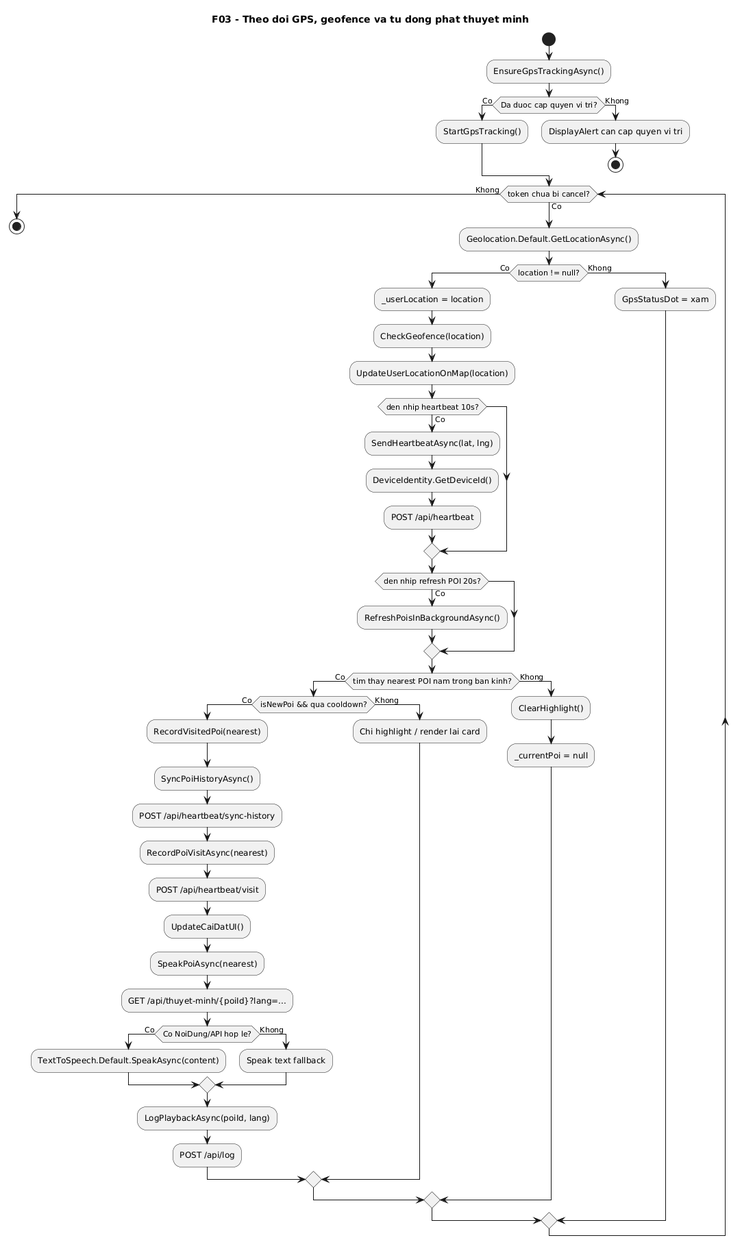
This is docs/diagrams/png/03-geofence-audio-activity.png from VoBao182/PhoAmThuc, a PlantUML export, as it was before one commit.
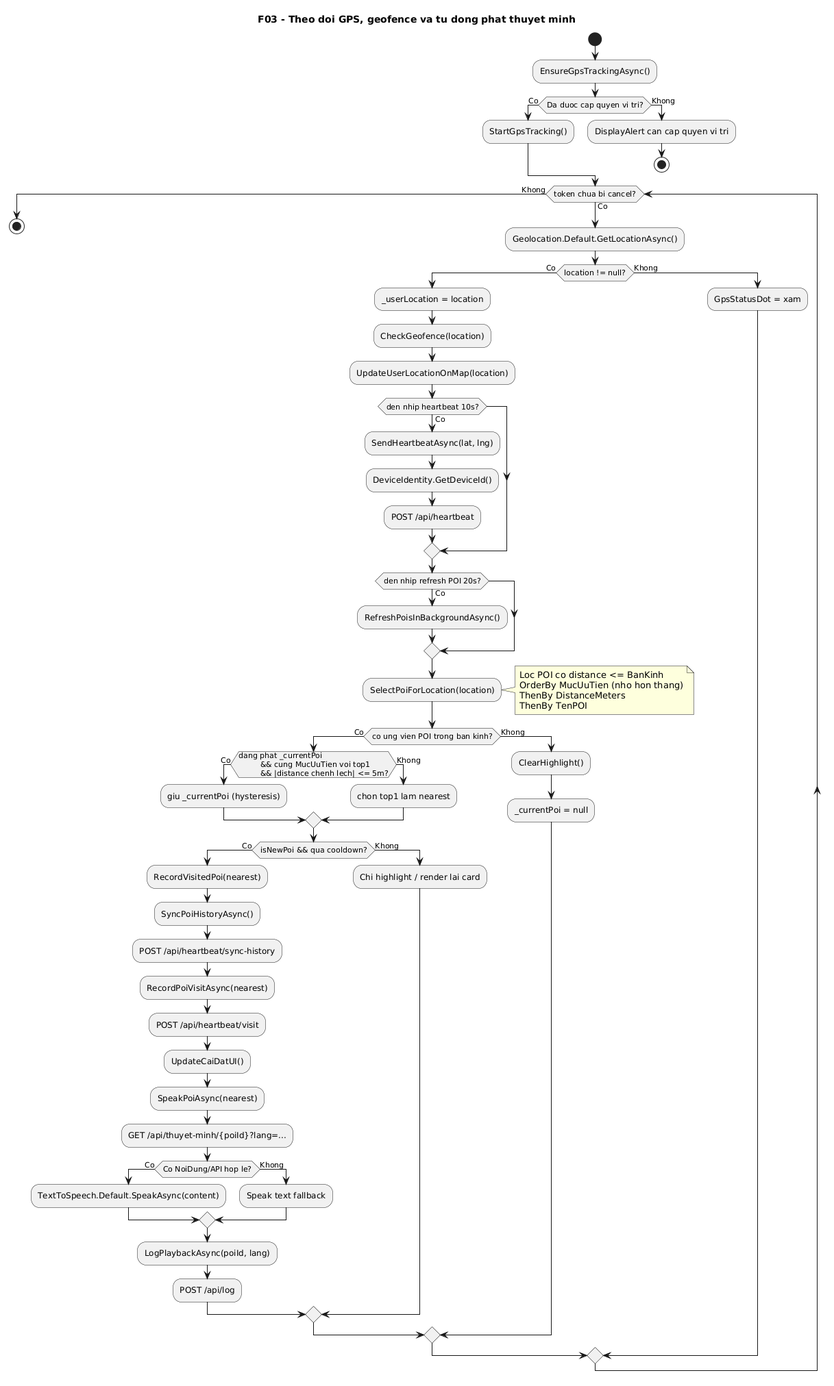
Above is the later version.

Diff of the diagram source:
```diff
@@ -26,7 +26,21 @@
       :RefreshPoisInBackgroundAsync();
     endif
 
-    if (tim thay nearest POI nam trong ban kinh?) then (Co)
+    :SelectPoiForLocation(location);
+    note right
+      Loc POI co distance <= BanKinh
+      OrderBy MucUuTien (nho hon thang)
+      ThenBy DistanceMeters
+      ThenBy TenPOI
+    end note
+    if (co ung vien POI trong ban kinh?) then (Co)
+      if (dang phat _currentPoi
+         && cung MucUuTien voi top1
+         && |distance chenh lech| <= 5m?) then (Co)
+        :giu _currentPoi (hysteresis);
+      else (Khong)
+        :chon top1 lam nearest;
+      endif
       if (isNewPoi && qua cooldown?) then (Co)
         :RecordVisitedPoi(nearest);
         :SyncPoiHistoryAsync();
```
